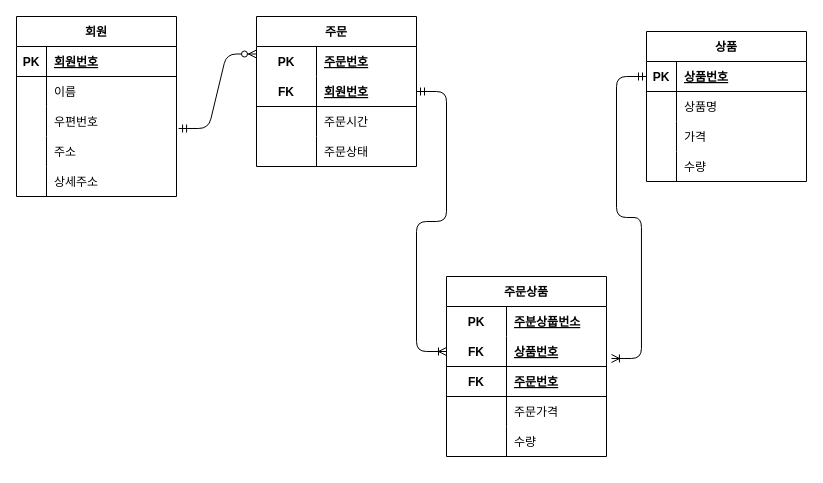
Above: mart/erd/mart.drawio in 2naayoon/prep (draw.io), before the change. Source tidied: cells renumbered, new cells numbered last; positions are measured from the earlier drawing's top-left corner, leaving out a move shared by most shapes. Both pictures are drawn from the tidied source at 100%, with x=0, y=0 at pixel (16, 16).
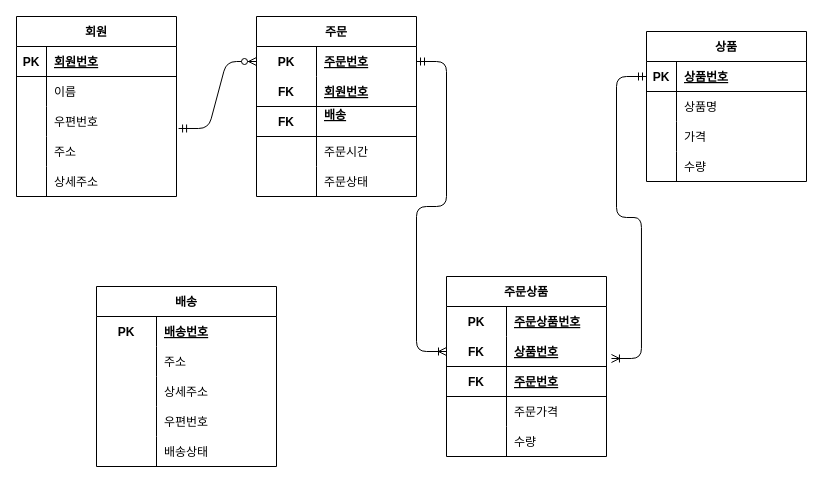
After the change.

The change refers to these unchanged cells:
```xml
<mxCell id="32" style="shape=tableRow;horizontal=0;startSize=0;swimlaneHead=0;swimlaneBody=0;fillColor=none;points=[[0,0.5],[1,0.5]];portConstraint=eastwest;top=0;left=0;right=0;bottom=0;" parent="31" vertex="1">
  <mxGeometry y="30" width="160" height="30" as="geometry" />
</mxCell>
<mxCell id="45" style="shape=tableRow;horizontal=0;startSize=0;swimlaneHead=0;swimlaneBody=0;fillColor=none;top=0;left=0;right=0;bottom=0;" parent="44" vertex="1">
  <mxGeometry y="30" width="160" height="30" as="geometry" />
</mxCell>
<mxCell id="48" style="shape=tableRow;horizontal=0;startSize=0;swimlaneHead=0;swimlaneBody=0;fillColor=none;points=[[0,0.5],[1,0.5]];portConstraint=eastwest;top=0;left=0;right=0;bottom=1;" parent="44" vertex="1">
  <mxGeometry y="60" width="160" height="30" as="geometry" />
</mxCell>
```

The edit, as a diff of the source:
```diff
@@
     <mxCell id="31" value="주문" style="shape=table;startSize=30;childLayout=tableLayout;rowLines=0;fontStyle=1;align=center;" parent="1" vertex="1">
-      <mxGeometry x="240" width="160" height="150" as="geometry" />
+      <mxGeometry x="240" width="160" height="180" as="geometry" />
     </mxCell>
@@
+    <mxCell id="63" style="shape=tableRow;horizontal=0;startSize=0;swimlaneHead=0;swimlaneBody=0;fillColor=none;top=0;left=0;right=0;bottom=1;" parent="31" vertex="1">
+      <mxGeometry y="60" width="160" height="30" as="geometry" />
+    </mxCell>
+    <mxCell id="64" value="FK" style="shape=partialRectangle;fillColor=none;top=0;left=0;bottom=0;right=0;fontStyle=1;overflow=hidden;" parent="63" vertex="1">
+      <mxGeometry width="60" height="30" as="geometry" />
+    </mxCell>
+    <mxCell id="65" value="회원번호" style="shape=partialRectangle;fillColor=none;top=0;left=0;bottom=0;right=0;align=left;spacingLeft=6;fontStyle=5;overflow=hidden;" parent="63" vertex="1">
+      <mxGeometry x="60" width="100" height="30" as="geometry" />
+    </mxCell>
     <mxCell id="35" style="shape=tableRow;horizontal=0;startSize=0;swimlaneHead=0;swimlaneBody=0;fillColor=none;points=[[0,0.5],[1,0.5]];portConstraint=eastwest;top=0;left=0;right=0;bottom=1;" parent="31" vertex="1">
-      <mxGeometry y="60" width="160" height="30" as="geometry" />
+      <mxGeometry y="90" width="160" height="30" as="geometry" />
     </mxCell>
@@
-    <mxCell id="37" value="회원번호" style="shape=partialRectangle;fillColor=none;top=0;left=0;bottom=0;right=0;align=left;spacingLeft=6;fontStyle=5;overflow=hidden;" parent="35" vertex="1">
+    <mxCell id="37" value="배송&#10;" style="shape=partialRectangle;fillColor=none;top=0;left=0;bottom=0;right=0;align=left;spacingLeft=6;fontStyle=5;overflow=hidden;" parent="35" vertex="1">
       <mxGeometry x="60" width="100" height="30" as="geometry" />
     </mxCell>
     <mxCell id="38" style="shape=tableRow;horizontal=0;startSize=0;swimlaneHead=0;swimlaneBody=0;fillColor=none;top=0;left=0;right=0;bottom=0;" parent="31" vertex="1">
-      <mxGeometry y="90" width="160" height="30" as="geometry" />
+      <mxGeometry y="120" width="160" height="30" as="geometry" />
     </mxCell>
@@
     <mxCell id="41" style="shape=tableRow;horizontal=0;startSize=0;swimlaneHead=0;swimlaneBody=0;fillColor=none;top=0;left=0;right=0;bottom=0;" parent="31" vertex="1">
-      <mxGeometry y="120" width="160" height="30" as="geometry" />
+      <mxGeometry y="150" width="160" height="30" as="geometry" />
     </mxCell>
@@
-    <mxCell id="47" value="주분상풉번소" style="shape=partialRectangle;fillColor=none;top=0;left=0;bottom=0;right=0;align=left;spacingLeft=6;fontStyle=5;overflow=hidden;" parent="45" vertex="1">
+    <mxCell id="47" value="주문상품번호" style="shape=partialRectangle;fillColor=none;top=0;left=0;bottom=0;right=0;align=left;spacingLeft=6;fontStyle=5;overflow=hidden;" parent="45" vertex="1">
       <mxGeometry x="60" width="100" height="30" as="geometry" />
     </mxCell>
@@
-    <mxCell id="61" style="edgeStyle=entityRelationEdgeStyle;fontSize=12;html=1;endArrow=ERoneToMany;startArrow=ERmandOne;exitX=1;exitY=0.5;exitDx=0;exitDy=0;entryX=0;entryY=0.5;entryDx=0;entryDy=0;" parent="1" edge="1" source="35" target="48">
+    <mxCell id="61" style="edgeStyle=entityRelationEdgeStyle;fontSize=12;html=1;endArrow=ERoneToMany;startArrow=ERmandOne;exitX=1;exitY=0.5;exitDx=0;exitDy=0;entryX=0;entryY=0.5;entryDx=0;entryDy=0;" parent="1" edge="1" source="32" target="48">
       <mxGeometry relative="1" as="geometry" />
     </mxCell>
@@
+    <mxCell id="66" value="배송" style="shape=table;startSize=30;childLayout=tableLayout;rowLines=0;fontStyle=1;align=center;" parent="1" vertex="1">
+      <mxGeometry x="80" y="270" width="180" height="180" as="geometry" />
+    </mxCell>
+    <mxCell id="67" style="shape=tableRow;horizontal=0;startSize=0;swimlaneHead=0;swimlaneBody=0;fillColor=none;top=0;left=0;right=0;bottom=0;" parent="66" vertex="1">
+      <mxGeometry y="30" width="180" height="30" as="geometry" />
+    </mxCell>
+    <mxCell id="68" value="PK" style="shape=partialRectangle;fillColor=none;top=0;left=0;bottom=0;right=0;fontStyle=1;overflow=hidden;" parent="67" vertex="1">
+      <mxGeometry width="60" height="30" as="geometry" />
+    </mxCell>
+    <mxCell id="69" value="배송번호" style="shape=partialRectangle;fillColor=none;top=0;left=0;bottom=0;right=0;align=left;spacingLeft=6;fontStyle=5;overflow=hidden;" parent="67" vertex="1">
+      <mxGeometry x="60" width="120" height="30" as="geometry" />
+    </mxCell>
+    <mxCell id="70" style="shape=tableRow;horizontal=0;startSize=0;swimlaneHead=0;swimlaneBody=0;fillColor=none;top=0;left=0;right=0;bottom=0;" parent="66" vertex="1">
+      <mxGeometry y="60" width="180" height="30" as="geometry" />
+    </mxCell>
+    <mxCell id="71" style="shape=partialRectangle;fillColor=none;top=0;left=0;bottom=0;right=0;overflow=hidden;" parent="70" vertex="1">
+      <mxGeometry width="60" height="30" as="geometry" />
+    </mxCell>
+    <mxCell id="72" value="주소" style="shape=partialRectangle;fillColor=none;top=0;left=0;bottom=0;right=0;align=left;spacingLeft=6;overflow=hidden;" parent="70" vertex="1">
+      <mxGeometry x="60" width="120" height="30" as="geometry" />
+    </mxCell>
+    <mxCell id="73" style="shape=tableRow;horizontal=0;startSize=0;swimlaneHead=0;swimlaneBody=0;fillColor=none;top=0;left=0;right=0;bottom=0;" parent="66" vertex="1">
+      <mxGeometry y="90" width="180" height="30" as="geometry" />
+    </mxCell>
+    <mxCell id="74" style="shape=partialRectangle;fillColor=none;top=0;left=0;bottom=0;right=0;overflow=hidden;" parent="73" vertex="1">
+      <mxGeometry width="60" height="30" as="geometry" />
+    </mxCell>
+    <mxCell id="75" value="상세주소" style="shape=partialRectangle;fillColor=none;top=0;left=0;bottom=0;right=0;align=left;spacingLeft=6;overflow=hidden;" parent="73" vertex="1">
+      <mxGeometry x="60" width="120" height="30" as="geometry" />
+    </mxCell>
+    <mxCell id="76" style="shape=tableRow;horizontal=0;startSize=0;swimlaneHead=0;swimlaneBody=0;fillColor=none;top=0;left=0;right=0;bottom=0;" parent="66" vertex="1">
+      <mxGeometry y="120" width="180" height="30" as="geometry" />
+    </mxCell>
+    <mxCell id="77" style="shape=partialRectangle;fillColor=none;top=0;left=0;bottom=0;right=0;overflow=hidden;" parent="76" vertex="1">
+      <mxGeometry width="60" height="30" as="geometry" />
+    </mxCell>
+    <mxCell id="78" value="우편번호" style="shape=partialRectangle;fillColor=none;top=0;left=0;bottom=0;right=0;align=left;spacingLeft=6;overflow=hidden;" parent="76" vertex="1">
+      <mxGeometry x="60" width="120" height="30" as="geometry" />
+    </mxCell>
+    <mxCell id="79" style="shape=tableRow;horizontal=0;startSize=0;swimlaneHead=0;swimlaneBody=0;fillColor=none;top=0;left=0;right=0;bottom=0;" parent="66" vertex="1">
+      <mxGeometry y="150" width="180" height="30" as="geometry" />
+    </mxCell>
+    <mxCell id="80" style="shape=partialRectangle;fillColor=none;top=0;left=0;bottom=0;right=0;overflow=hidden;" parent="79" vertex="1">
+      <mxGeometry width="60" height="30" as="geometry" />
+    </mxCell>
+    <mxCell id="81" value="배송상태" style="shape=partialRectangle;fillColor=none;top=0;left=0;bottom=0;right=0;align=left;spacingLeft=6;overflow=hidden;" parent="79" vertex="1">
+      <mxGeometry x="60" width="120" height="30" as="geometry" />
+    </mxCell>
```
